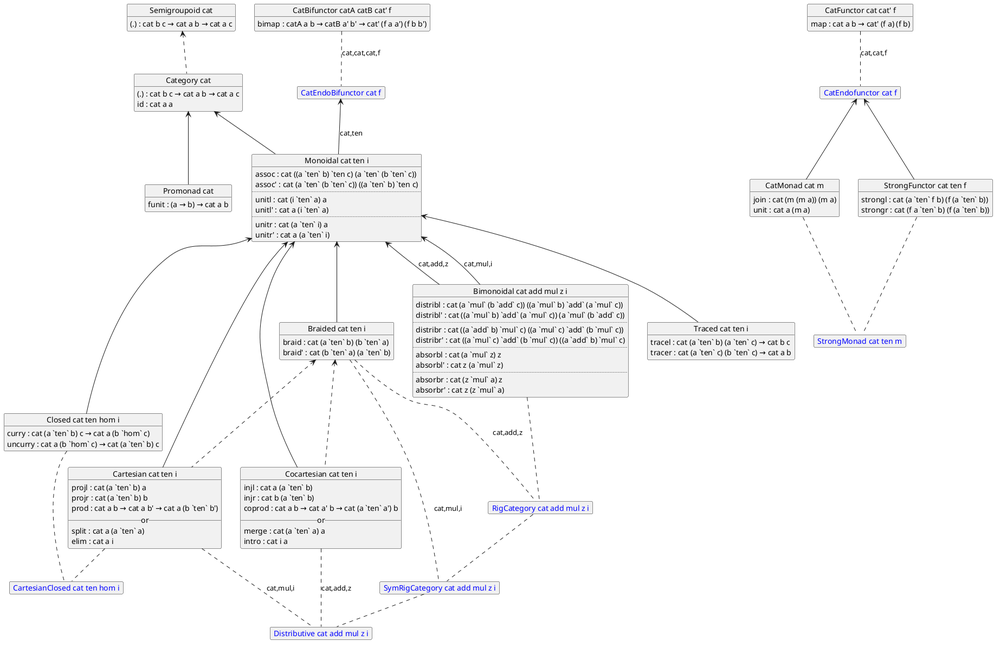
Before: hierarchy.png, a diagram exported from PlantUML (tokinanpa/cats-and-arrows).
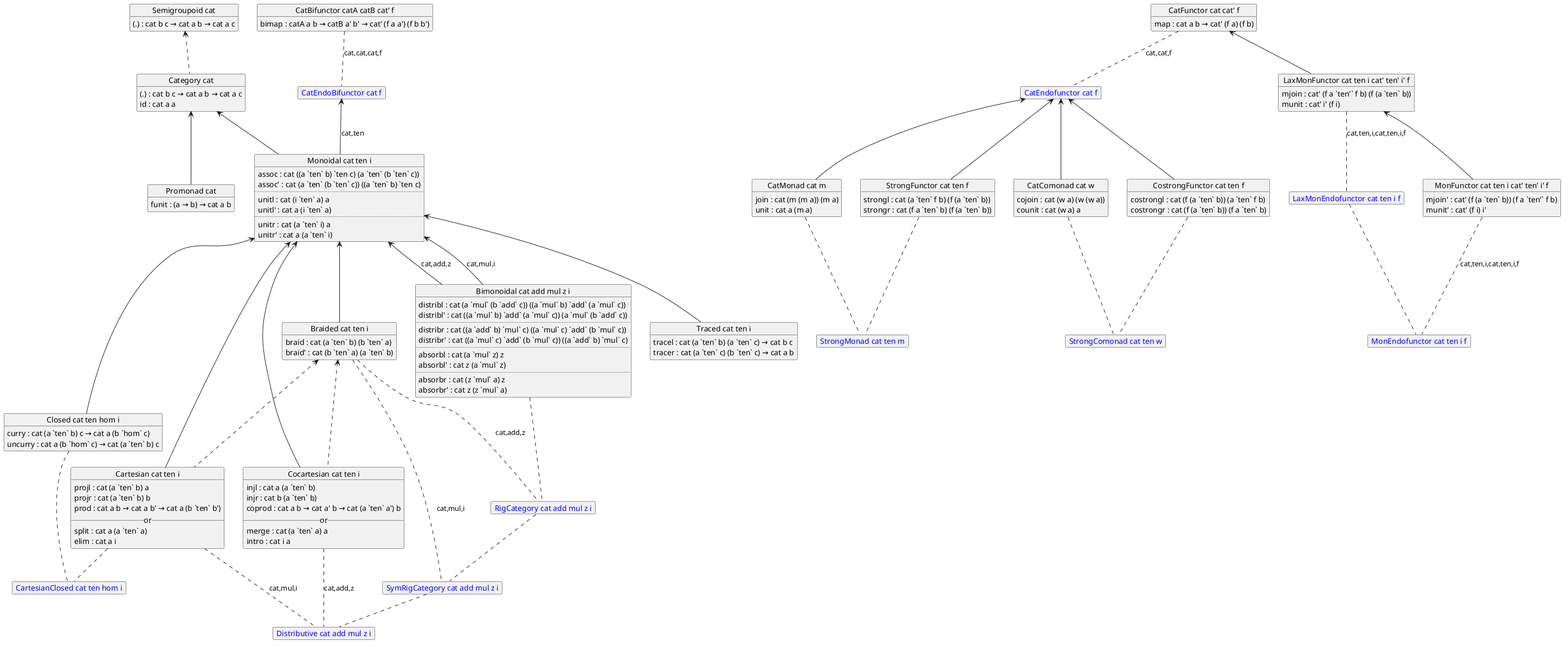
The same diagram one commit later.

What changed in the source:
```diff
@@ -71,6 +71,16 @@
   map : cat a b <U+2192> cat' (f a) (f b)
 }
 object "<color:blue>CatEndofunctor cat f" as CatEndofunctor
+object "LaxMonFunctor cat ten i cat' ten' i' f" as LaxMonFunctor {
+  mjoin : cat' (f a `ten'` f b) (f (a `ten` b))
+  munit : cat' i' (f i)
+}
+object "<color:blue>LaxMonEndofunctor cat ten i f" as LaxMonEndofunctor
+object "MonFunctor cat ten i cat' ten' i' f" as MonFunctor {
+  mjoin' : cat' (f (a `ten` b)) (f a `ten'` f b)
+  munit' : cat' (f i) i'
+}
+object "<color:blue>MonEndofunctor cat ten i f" as MonEndofunctor
 object "CatMonad cat m" as CatMonad {
   join : cat (m (m a)) (m a)
   unit : cat a (m a)
@@ -79,11 +89,21 @@
   strongl : cat (a `ten` f b) (f (a `ten` b))
   strongr : cat (f a `ten` b) (f (a `ten` b))
 }
+object "<color:blue>StrongMonad cat ten m" as StrongMonad
+object "CatComonad cat w" as CatComonad {
+  cojoin : cat (w a) (w (w a))
+  counit : cat (w a) a
+}
+object "CostrongFunctor cat ten f" as CostrongFunctor {
+  costrongl : cat (f (a `ten` b)) (a `ten` f b)
+  costrongr : cat (f (a `ten` b)) (f a `ten` b)
+}
+object "<color:blue>StrongComonad cat ten w" as StrongComonad
+
 object "CatBifunctor catA catB cat' f" as CatBifunctor {
   bimap : catA a b <U+2192> catB a' b' <U+2192> cat' (f a a') (f b b')
 }
 object "<color:blue>CatEndoBifunctor cat f" as CatEndoBifunctor
-object "<color:blue>StrongMonad cat ten m" as StrongMonad
 
 
 
@@ -124,10 +144,21 @@
 
 CatFunctor .. CatEndofunctor : cat,cat,f
 CatBifunctor .. CatEndoBifunctor : cat,cat,cat,f
+LaxMonFunctor .. LaxMonEndofunctor : cat,ten,i,cat,ten,i,f
+MonFunctor .. MonEndofunctor : cat,ten,i,cat,ten,i,f
+LaxMonEndofunctor .. MonEndofunctor
+
+CatFunctor <-- LaxMonFunctor
+LaxMonFunctor <-- MonFunctor
 
 CatEndofunctor <-- CatMonad
 CatEndofunctor <-- StrongFunctor
+CatEndofunctor <-- CatComonad
+CatEndofunctor <-- CostrongFunctor
 
 CatMonad .. StrongMonad
 StrongFunctor .. StrongMonad
+
+CatComonad .. StrongComonad
+CostrongFunctor .. StrongComonad
 @enduml
```
